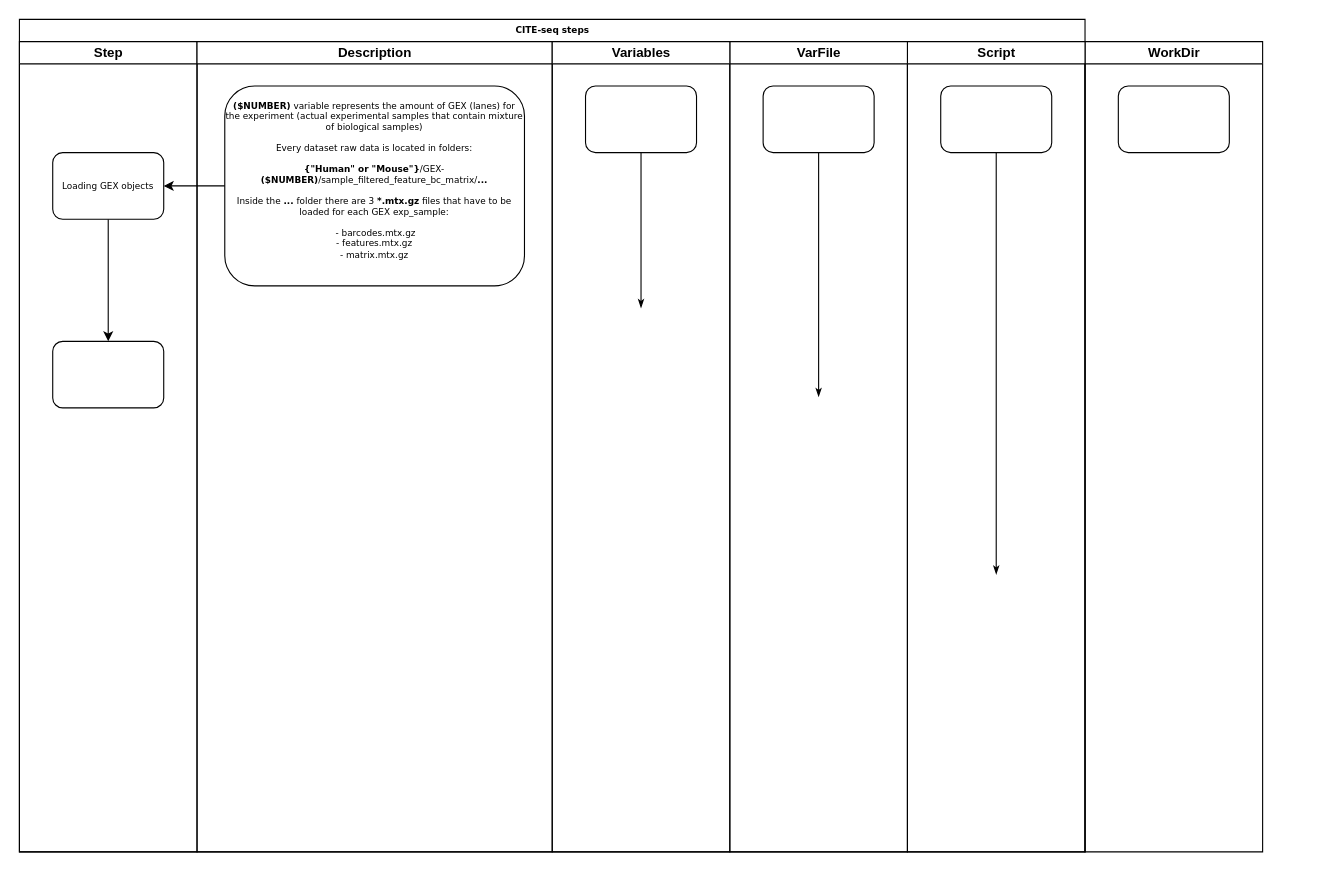
This is CITE-seq.drawio from taraskin07/flowcharts, a draw.io file, before an edit. Source tidied: cells renumbered, new cells numbered last; positions are measured from the earlier drawing's top-left corner, leaving out a move shared by most shapes. Both pictures are drawn from the tidied source at 111%, with x=0, y=0 at pixel (19, 19).
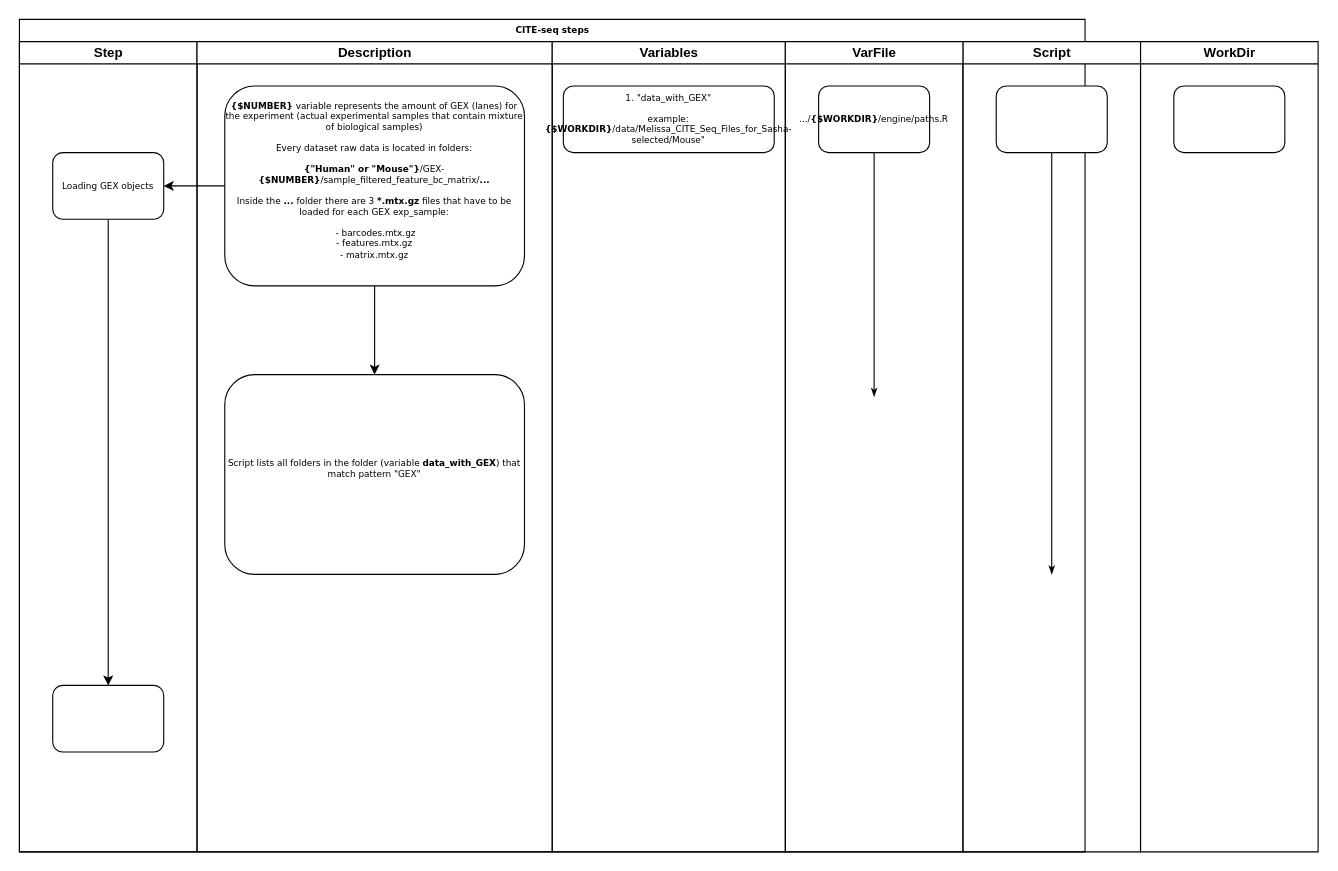
The same diagram, later.

The change refers to these unchanged cells:
```xml
<mxCell id="2" value="CITE-seq steps" style="swimlane;html=1;startSize=20;rounded=0;shadow=0;labelBackgroundColor=none;strokeWidth=1;fontFamily=Verdana;fontSize=8;align=center;" parent="1" vertex="1">
  <mxGeometry width="960" height="750" as="geometry" />
</mxCell>
<mxCell id="3" value="Step" style="swimlane;html=1;startSize=20;" parent="2" vertex="1">
  <mxGeometry y="20" width="160" height="730" as="geometry" />
</mxCell>
<mxCell id="7" value="Description" style="swimlane;html=1;startSize=20;" parent="2" vertex="1">
  <mxGeometry x="160" y="20" width="320" height="730" as="geometry" />
</mxCell>
<mxCell id="15" value="VarFile" style="swimlane;html=1;startSize=20;" parent="12" vertex="1">
  <mxGeometry x="-160" width="160" height="730" as="geometry" />
</mxCell>
```

Diff of the diagram source:
```diff
@@
     <mxCell id="6" style="rounded=1;whiteSpace=wrap;html=1;shadow=0;labelBackgroundColor=none;strokeWidth=1;fontFamily=Verdana;fontSize=8;align=center;" parent="3" vertex="1">
-      <mxGeometry x="30" y="270" width="100" height="60" as="geometry" />
+      <mxGeometry x="30" y="580" width="100" height="60" as="geometry" />
     </mxCell>
@@
+    <mxCell id="21" style="edgeStyle=orthogonalEdgeStyle;rounded=0;jettySize=auto;html=1;" parent="7" edge="1" source="8" target="22">
+      <mxGeometry relative="1" as="geometry" />
+    </mxCell>
-    <mxCell id="8" value="&lt;div&gt;&lt;b&gt;($NUMBER)&lt;/b&gt; variable represents the amount of GEX (lanes) for the experiment (actual experimental samples that contain mixture of biological samples)&lt;/div&gt;&lt;div&gt;&amp;nbsp;&lt;br&gt;&lt;/div&gt;&lt;div&gt;Every dataset raw data is located in folders:&lt;/div&gt;&lt;div&gt;&lt;br&gt;&lt;/div&gt;&lt;div&gt;&lt;b&gt;{&quot;Human&quot; or &quot;Mouse&quot;}&lt;/b&gt;/GEX-&lt;b&gt;($NUMBER)&lt;/b&gt;/sample_filtered_feature_bc_matrix/&lt;b&gt;...&lt;/b&gt;&lt;/div&gt;&lt;div&gt;&lt;br&gt;&lt;/div&gt;&lt;div&gt;Inside the &lt;b&gt;...&lt;/b&gt; folder there are 3 &lt;b&gt;*.mtx.gz&lt;/b&gt; files that have to be loaded for each GEX exp_sample:&lt;/div&gt;&lt;div&gt;&lt;br&gt;&lt;/div&gt;&lt;div&gt;&amp;nbsp;- barcodes.mtx.gz&lt;/div&gt;&lt;div&gt;- features.mtx.gz&lt;/div&gt;&lt;div&gt;- matrix.mtx.gz&lt;/div&gt;&lt;div&gt;&lt;br&gt;&lt;/div&gt;" style="rounded=1;whiteSpace=wrap;html=1;shadow=0;labelBackgroundColor=none;strokeWidth=1;fontFamily=Verdana;fontSize=8;align=center;" parent="7" vertex="1">
+    <mxCell id="8" value="&lt;div&gt;&lt;b&gt;{$NUMBER}&lt;/b&gt; variable represents the amount of GEX (lanes) for the experiment (actual experimental samples that contain mixture of biological samples)&lt;/div&gt;&lt;div&gt;&amp;nbsp;&lt;br&gt;&lt;/div&gt;&lt;div&gt;Every dataset raw data is located in folders:&lt;/div&gt;&lt;div&gt;&lt;br&gt;&lt;/div&gt;&lt;div&gt;&lt;b&gt;{&quot;Human&quot; or &quot;Mouse&quot;}&lt;/b&gt;/GEX-&lt;b&gt;{$NUMBER}&lt;/b&gt;/sample_filtered_feature_bc_matrix/&lt;b&gt;...&lt;/b&gt;&lt;/div&gt;&lt;div&gt;&lt;br&gt;&lt;/div&gt;&lt;div&gt;Inside the &lt;b&gt;...&lt;/b&gt; folder there are 3 &lt;b&gt;*.mtx.gz&lt;/b&gt; files that have to be loaded for each GEX exp_sample:&lt;/div&gt;&lt;div&gt;&lt;br&gt;&lt;/div&gt;&lt;div&gt;&amp;nbsp;- barcodes.mtx.gz&lt;/div&gt;&lt;div&gt;- features.mtx.gz&lt;/div&gt;&lt;div&gt;- matrix.mtx.gz&lt;/div&gt;&lt;div&gt;&lt;br&gt;&lt;/div&gt;" style="rounded=1;whiteSpace=wrap;html=1;shadow=0;labelBackgroundColor=none;strokeWidth=1;fontFamily=Verdana;fontSize=8;align=center;" parent="7" vertex="1">
       <mxGeometry x="25" y="40" width="270" height="180" as="geometry" />
     </mxCell>
+    <mxCell id="22" value="Script lists all folders in the folder (variable &lt;b&gt;data_with_GEX&lt;/b&gt;) that match pattern &quot;GEX&quot;&lt;div&gt;&lt;br&gt;&lt;/div&gt;" style="rounded=1;whiteSpace=wrap;html=1;shadow=0;labelBackgroundColor=none;strokeWidth=1;fontFamily=Verdana;fontSize=8;align=center;" parent="7" vertex="1">
+      <mxGeometry x="25" y="300" width="270" height="180" as="geometry" />
+    </mxCell>
@@
+    <mxCell id="18" value="Variables" style="swimlane;html=1;startSize=20;" parent="2" vertex="1">
+      <mxGeometry x="480" y="20" width="210" height="730" as="geometry" />
+    </mxCell>
+    <mxCell id="19" value="&lt;div&gt;1. &quot;data_with_GEX&quot;&lt;/div&gt;&lt;div&gt;&lt;br&gt;&lt;/div&gt;&lt;div&gt;example: &lt;b&gt;{$WORKDIR}&lt;/b&gt;/data/Melissa_CITE_Seq_Files_for_Sasha-selected/Mouse&quot;&lt;/div&gt;" style="rounded=1;whiteSpace=wrap;html=1;shadow=0;labelBackgroundColor=none;strokeWidth=1;fontFamily=Verdana;fontSize=8;align=center;" parent="18" vertex="1">
+      <mxGeometry x="10" y="40" width="190" height="60" as="geometry" />
+    </mxCell>
     <mxCell id="10" value="WorkDir" style="swimlane;html=1;startSize=20;" parent="1" vertex="1">
-      <mxGeometry x="960" y="20" width="160" height="730" as="geometry" />
+      <mxGeometry x="1010" y="20" width="160" height="730" as="geometry" />
     </mxCell>
@@
-    <mxCell id="16" style="rounded=1;whiteSpace=wrap;html=1;shadow=0;labelBackgroundColor=none;strokeWidth=1;fontFamily=Verdana;fontSize=8;align=center;" parent="15" vertex="1">
+    <mxCell id="16" value=".../&lt;b&gt;{$WORKDIR}&lt;/b&gt;/engine/paths.R" style="rounded=1;whiteSpace=wrap;html=1;shadow=0;labelBackgroundColor=none;strokeWidth=1;fontFamily=Verdana;fontSize=8;align=center;" parent="15" vertex="1">
       <mxGeometry x="30" y="40" width="100" height="60" as="geometry" />
     </mxCell>
@@
-    <mxCell id="18" value="Variables" style="swimlane;html=1;startSize=20;" parent="15" vertex="1">
-      <mxGeometry x="-160" width="160" height="730" as="geometry" />
-    </mxCell>
-    <mxCell id="19" style="rounded=1;whiteSpace=wrap;html=1;shadow=0;labelBackgroundColor=none;strokeWidth=1;fontFamily=Verdana;fontSize=8;align=center;" parent="18" vertex="1">
-      <mxGeometry x="30" y="40" width="100" height="60" as="geometry" />
-    </mxCell>
-    <mxCell id="20" style="edgeStyle=orthogonalEdgeStyle;rounded=1;html=1;labelBackgroundColor=none;startArrow=none;startFill=0;startSize=5;endArrow=classicThin;endFill=1;endSize=5;jettySize=auto;strokeWidth=1;fontFamily=Verdana;fontSize=8;" parent="18" edge="1" source="19">
-      <mxGeometry relative="1" as="geometry">
-        <mxPoint x="80" y="240" as="targetPoint" />
-      </mxGeometry>
-    </mxCell>
```
